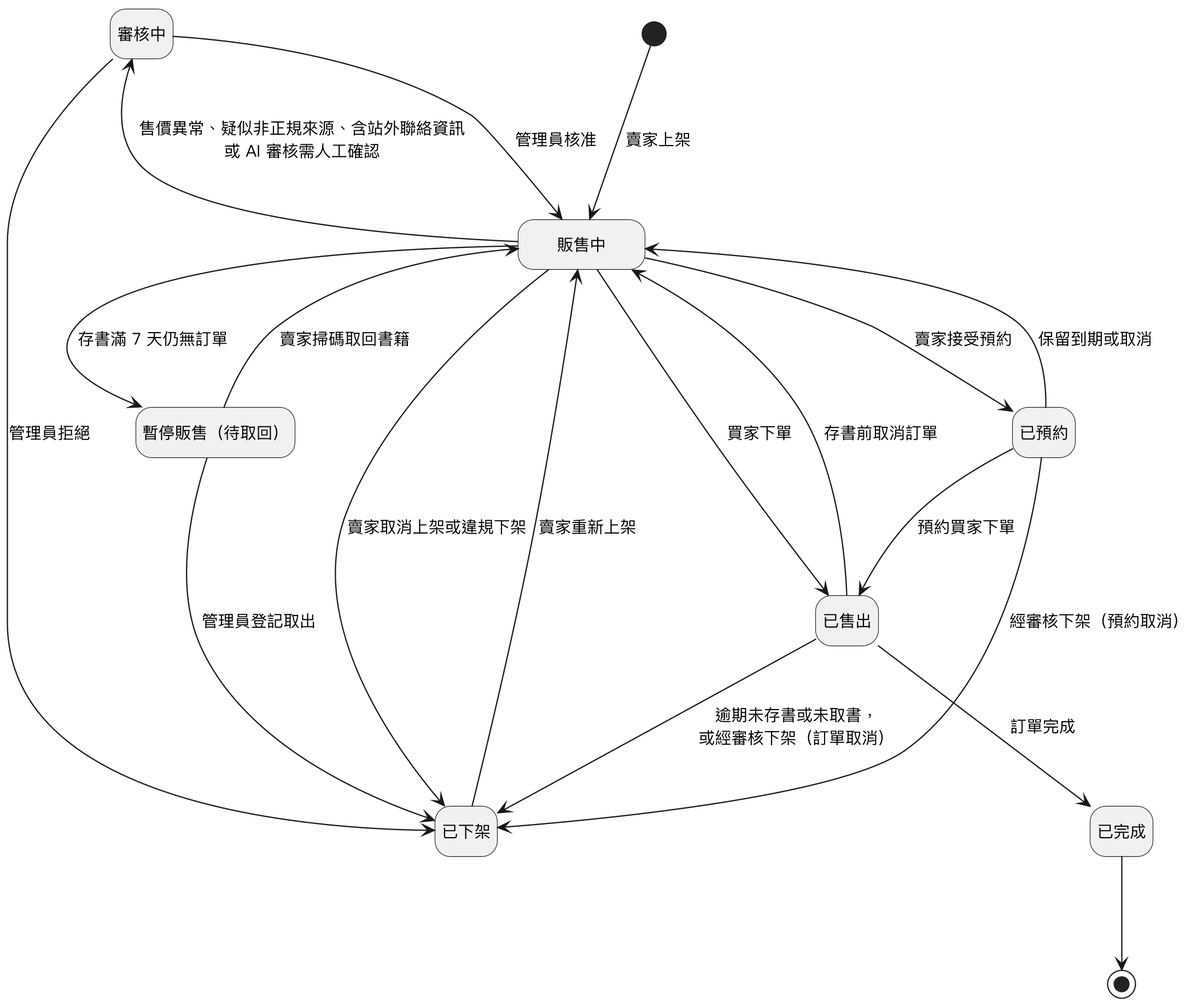
The PlantUML diagram Diagrams/State Machine/v3/state_books.png in SaveMyBook/SaveMyBook, before a commit.
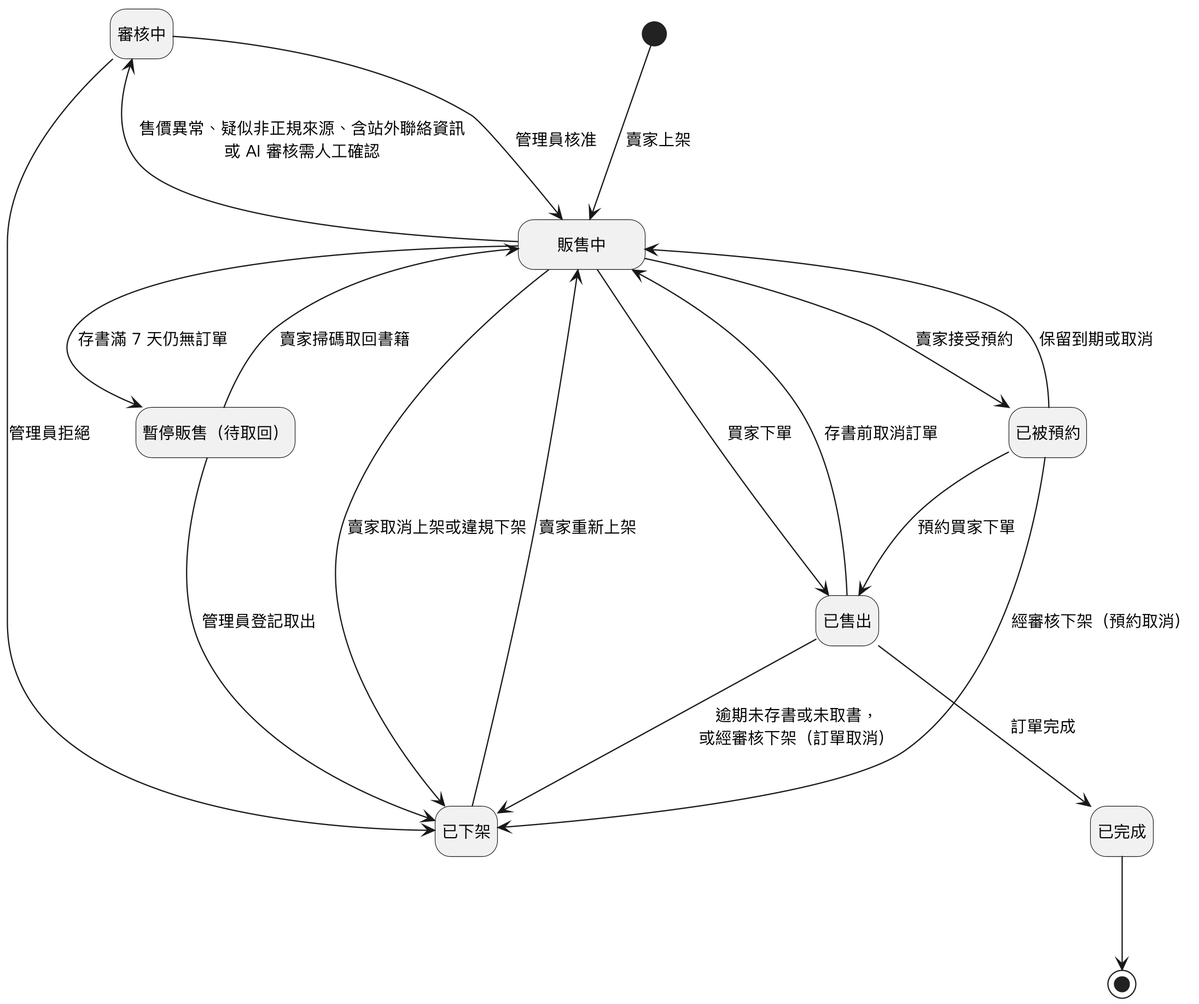
Above is the later version.

The edit, as a diff of the source:
```diff
@@ -20,10 +20,10 @@
 販售中 --> 已下架 : 賣家取消上架或違規下架
 已下架 --> 販售中 : 賣家重新上架
 販售中 --> 已售出 : 買家下單
-販售中 --> 已預約 : 賣家接受預約
-已預約 --> 販售中 : 保留到期或取消
-已預約 --> 已售出 : 預約買家下單
-已預約 --> 已下架 : 經審核下架（預約取消）
+販售中 --> 已被預約 : 賣家接受預約
+已被預約 --> 販售中 : 保留到期或取消
+已被預約 --> 已售出 : 預約買家下單
+已被預約 --> 已下架 : 經審核下架（預約取消）
 已售出 --> 販售中 : 存書前取消訂單
 已售出 --> 已完成 : 訂單完成
 已售出 --> 已下架 : 逾期未存書或未取書，\n或經審核下架（訂單取消）
```
